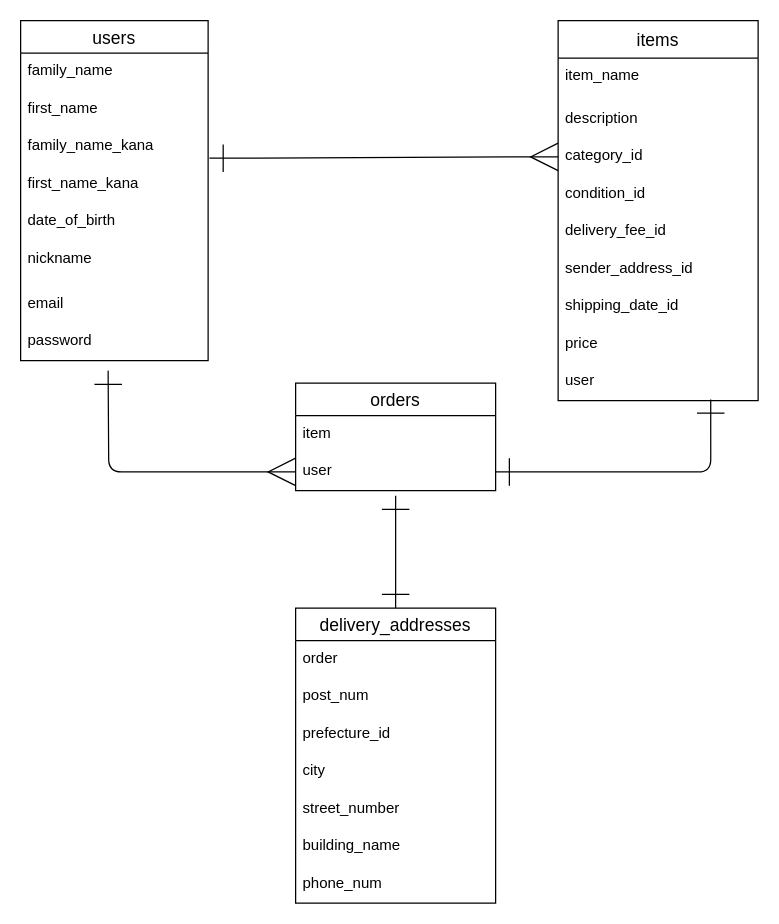
kawabataY/furima-39403 keeps this draw.io diagram as ER.dio. Above is the earlier version. Source tidied: cells renumbered, new cells numbered last; positions are measured from the earlier drawing's top-left corner, leaving out a move shared by most shapes. Both pictures are drawn from the tidied source at 125%, with x=0, y=0 at pixel (20, 20).
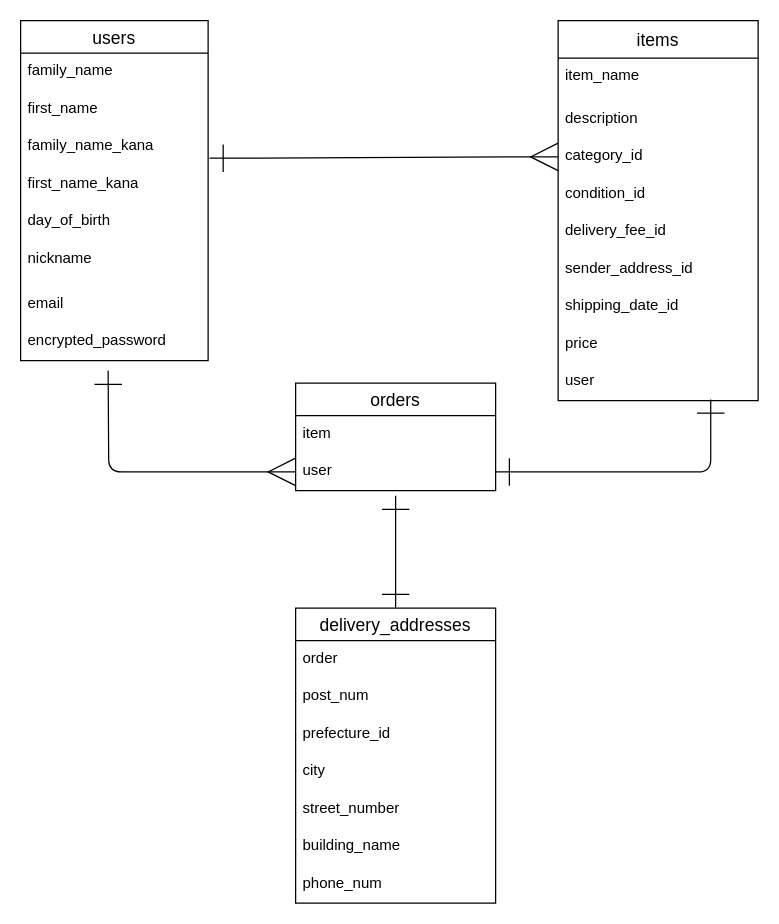
The same page after the edit.

Commit message:
データベース設計修正_3

The change refers to these unchanged cells:
```xml
<mxCell id="2" value="users" style="swimlane;fontStyle=0;horizontal=1;startSize=26;align=center;fontSize=14;" parent="1" vertex="1">
  <mxGeometry width="150" height="272" as="geometry" />
</mxCell>
```

Diff of the diagram source:
```diff
@@
-    <mxCell id="7" value="date_of_birth" style="text;strokeColor=none;fillColor=none;spacingLeft=4;spacingRight=4;overflow=hidden;fontSize=12;" parent="2" vertex="1">
+    <mxCell id="7" value="day_of_birth" style="text;strokeColor=none;fillColor=none;spacingLeft=4;spacingRight=4;overflow=hidden;fontSize=12;" parent="2" vertex="1">
       <mxGeometry y="146" width="150" height="30" as="geometry" />
     </mxCell>
@@
-    <mxCell id="10" value="password" style="text;strokeColor=none;fillColor=none;spacingLeft=4;spacingRight=4;overflow=hidden;fontSize=12;" parent="2" vertex="1">
+    <mxCell id="10" value="encrypted_password" style="text;strokeColor=none;fillColor=none;spacingLeft=4;spacingRight=4;overflow=hidden;fontSize=12;" parent="2" vertex="1">
       <mxGeometry y="242" width="150" height="30" as="geometry" />
     </mxCell>
```
